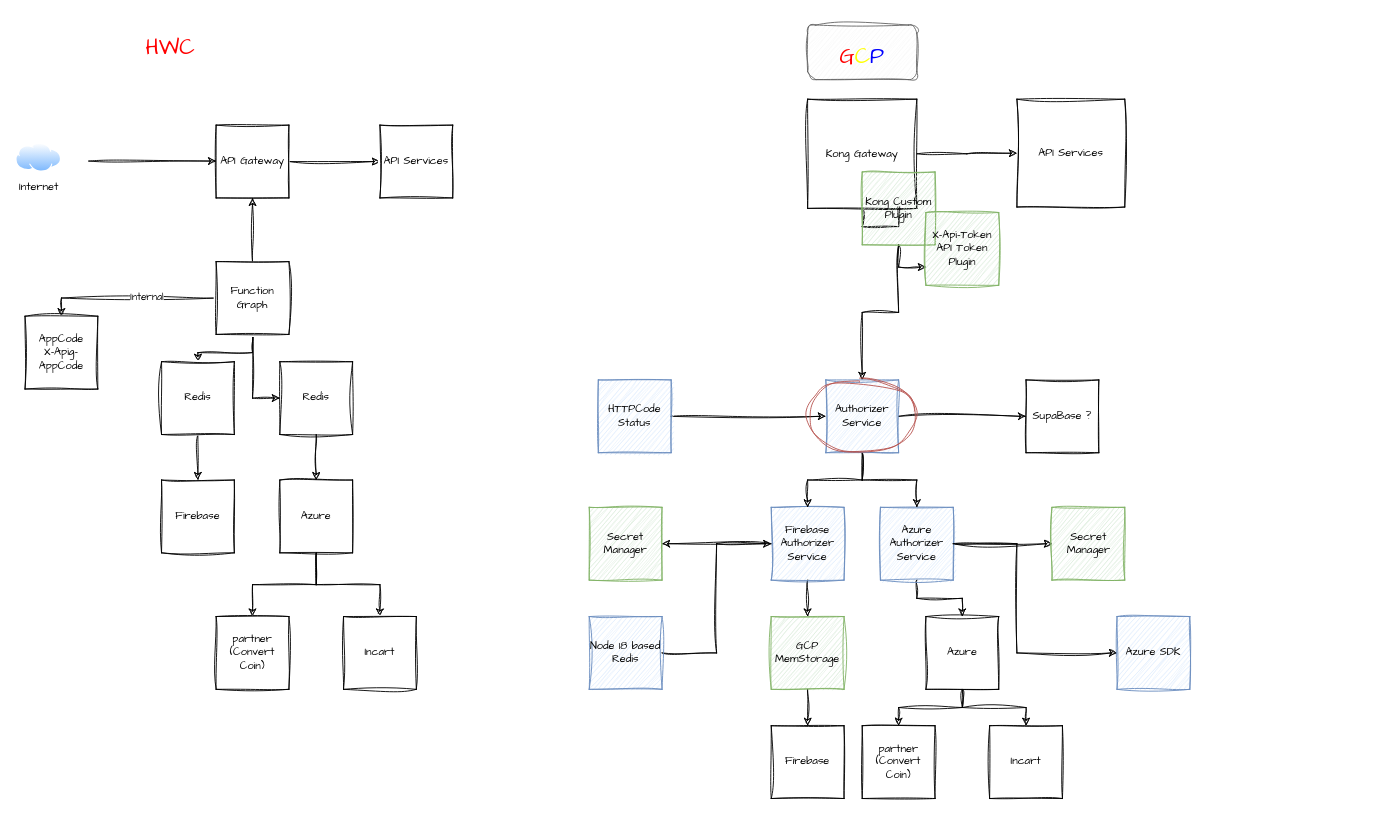
Earlier version of the draw.io diagram page "Page-1" (1 of 2) of CloudMigration/KongMigrate Service.drawio (natthpoly/natthapolxpo). Source tidied: cells renumbered, new cells numbered last; positions are measured from the earlier drawing's top-left corner, leaving out a move shared by most shapes. Both pictures are drawn from the tidied source at 91%, with x=0, y=0 at pixel (15, 15).
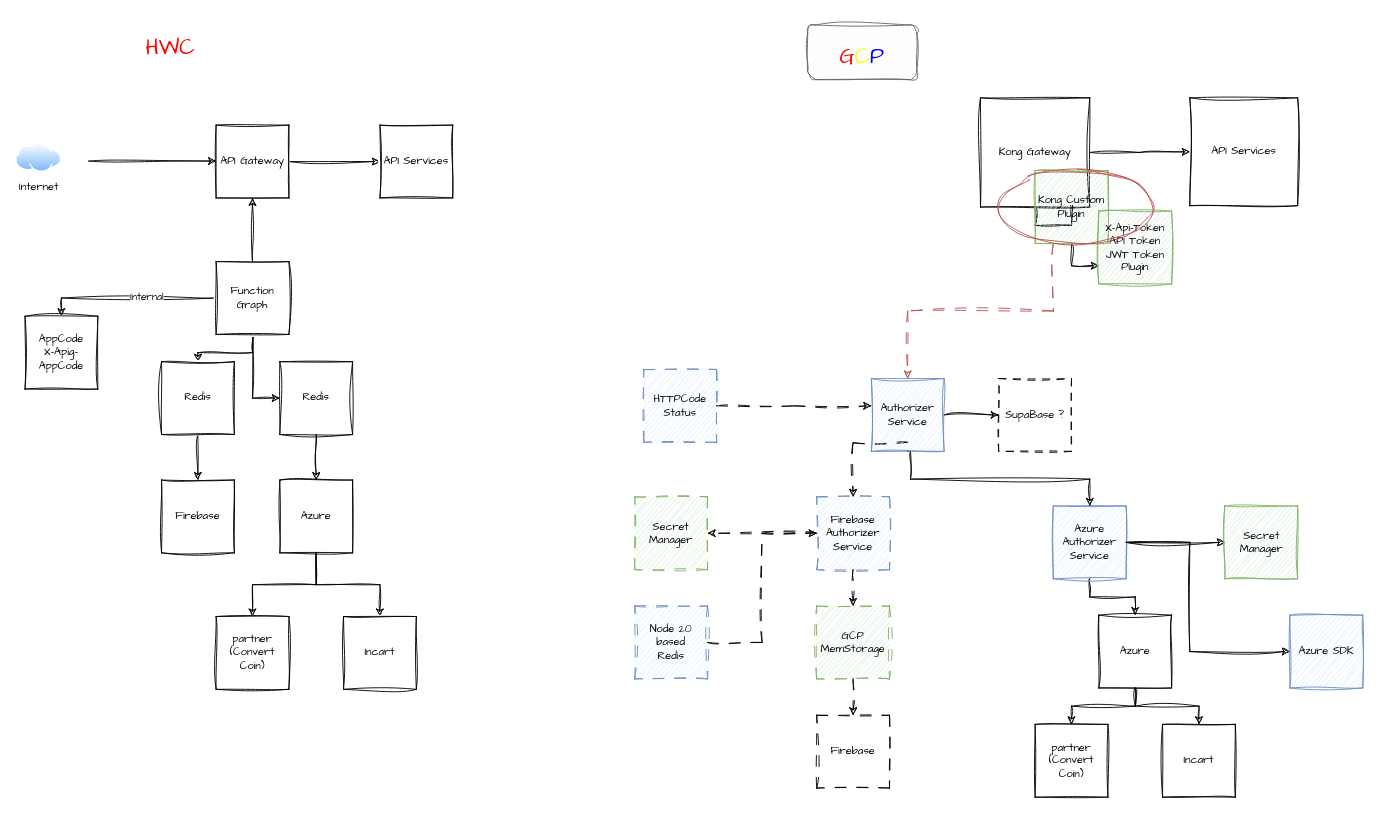
Above is the later version.

Change to the diagram source:
```diff
@@
     <mxCell id="11" value="Kong Gateway" style="whiteSpace=wrap;html=1;sketch=1;curveFitting=1;jiggle=2;fontFamily=Comic Sans MS;" parent="1" vertex="1">
-      <mxGeometry x="870" y="91.5" width="120" height="120" as="geometry" />
+      <mxGeometry x="1060" y="90" width="120" height="120" as="geometry" />
     </mxCell>
@@
+    <mxCell id="27" style="edgeStyle=orthogonalEdgeStyle;rounded=0;sketch=1;hachureGap=4;jiggle=2;curveFitting=1;jettySize=auto;html=1;entryX=0;entryY=0.75;entryDx=0;entryDy=0;fontFamily=Comic Sans MS;" parent="1" edge="1" source="28" target="44">
+      <mxGeometry relative="1" as="geometry" />
+    </mxCell>
-    <mxCell id="26" style="edgeStyle=orthogonalEdgeStyle;rounded=0;jettySize=auto;html=1;sketch=1;curveFitting=1;jiggle=2;fontFamily=Comic Sans MS;" parent="1" edge="1" source="28" target="51">
+    <mxCell id="26" style="edgeStyle=orthogonalEdgeStyle;rounded=0;sketch=1;hachureGap=4;jiggle=2;curveFitting=1;jettySize=auto;html=1;exitX=0.25;exitY=1;exitDx=0;exitDy=0;fontFamily=Architects Daughter;dashed=1;dashPattern=12 12;fillColor=#f8cecc;strokeColor=#b85450;" parent="1" edge="1" source="28" target="51">
       <mxGeometry relative="1" as="geometry" />
     </mxCell>
-    <mxCell id="27" style="edgeStyle=orthogonalEdgeStyle;rounded=0;sketch=1;hachureGap=4;jiggle=2;curveFitting=1;jettySize=auto;html=1;entryX=0;entryY=0.75;entryDx=0;entryDy=0;fontFamily=Comic Sans MS;" parent="1" edge="1" source="28" target="44">
-      <mxGeometry relative="1" as="geometry" />
-    </mxCell>
     <mxCell id="28" value="Kong Custom Plugin" style="whiteSpace=wrap;html=1;fillColor=#d5e8d4;sketch=1;curveFitting=1;jiggle=2;fillStyle=auto;strokeColor=#82b366;fontFamily=Comic Sans MS;" parent="1" vertex="1">
-      <mxGeometry x="930" y="171.5" width="80" height="80" as="geometry" />
+      <mxGeometry x="1120" y="170" width="80" height="80" as="geometry" />
     </mxCell>
     <mxCell id="29" value="API Services" style="whiteSpace=wrap;html=1;sketch=1;curveFitting=1;jiggle=2;fontFamily=Comic Sans MS;" parent="1" vertex="1">
-      <mxGeometry x="1100" y="91.5" width="118.5" height="118.5" as="geometry" />
+      <mxGeometry x="1290" y="90" width="118.5" height="118.5" as="geometry" />
     </mxCell>
@@
     <mxCell id="32" value="Azure Authorizer Service" style="whiteSpace=wrap;html=1;fillColor=#dae8fc;sketch=1;curveFitting=1;jiggle=2;strokeColor=#6c8ebf;fontFamily=Comic Sans MS;" parent="1" vertex="1">
-      <mxGeometry x="950" y="540" width="80" height="80" as="geometry" />
+      <mxGeometry x="1140" y="538.5" width="80" height="80" as="geometry" />
     </mxCell>
@@
     <mxCell id="35" style="edgeStyle=orthogonalEdgeStyle;rounded=0;jettySize=auto;html=1;entryX=0;entryY=0.5;entryDx=0;entryDy=0;exitX=1;exitY=0.5;exitDx=0;exitDy=0;sketch=1;curveFitting=1;jiggle=2;fontFamily=Comic Sans MS;" parent="1" edge="1" source="32" target="57">
       <mxGeometry relative="1" as="geometry">
         <Array as="points">
-          <mxPoint x="1100" y="580" />
-          <mxPoint x="1100" y="700" />
+          <mxPoint x="1290" y="578.5" />
+          <mxPoint x="1290" y="698.5" />
         </Array>
       </mxGeometry>
     </mxCell>
     <mxCell id="36" value="Azure" style="whiteSpace=wrap;html=1;fillColor=#FFFFFF;sketch=1;curveFitting=1;jiggle=2;fontFamily=Comic Sans MS;" parent="1" vertex="1">
-      <mxGeometry x="1000" y="660" width="80" height="80" as="geometry" />
+      <mxGeometry x="1190" y="658.5" width="80" height="80" as="geometry" />
     </mxCell>
-    <mxCell id="37" style="edgeStyle=orthogonalEdgeStyle;rounded=0;jettySize=auto;html=1;entryX=0.5;entryY=0;entryDx=0;entryDy=0;sketch=1;curveFitting=1;jiggle=2;fontFamily=Comic Sans MS;" parent="1" edge="1" source="39" target="41">
+    <mxCell id="37" style="edgeStyle=orthogonalEdgeStyle;rounded=0;jettySize=auto;html=1;entryX=0.5;entryY=0;entryDx=0;entryDy=0;sketch=1;curveFitting=1;jiggle=2;fontFamily=Comic Sans MS;dashed=1;dashPattern=12 12;" parent="1" edge="1" source="39" target="41">
       <mxGeometry relative="1" as="geometry" />
     </mxCell>
-    <mxCell id="38" style="edgeStyle=orthogonalEdgeStyle;rounded=0;jettySize=auto;html=1;entryX=1;entryY=0.5;entryDx=0;entryDy=0;sketch=1;curveFitting=1;jiggle=2;fontFamily=Comic Sans MS;" parent="1" edge="1" source="39" target="55">
+    <mxCell id="38" style="edgeStyle=orthogonalEdgeStyle;rounded=0;jettySize=auto;html=1;entryX=1;entryY=0.5;entryDx=0;entryDy=0;sketch=1;curveFitting=1;jiggle=2;fontFamily=Comic Sans MS;dashed=1;dashPattern=12 12;" parent="1" edge="1" source="39" target="55">
       <mxGeometry relative="1" as="geometry" />
     </mxCell>
-    <mxCell id="39" value="Firebase Authorizer Service" style="whiteSpace=wrap;html=1;fillColor=#dae8fc;sketch=1;curveFitting=1;jiggle=2;strokeColor=#6c8ebf;fontFamily=Comic Sans MS;" parent="1" vertex="1">
-      <mxGeometry x="830" y="540" width="80" height="80" as="geometry" />
+    <mxCell id="39" value="Firebase Authorizer Service" style="whiteSpace=wrap;html=1;fillColor=#dae8fc;sketch=1;curveFitting=1;jiggle=2;strokeColor=#6c8ebf;fontFamily=Comic Sans MS;dashed=1;dashPattern=12 12;" parent="1" vertex="1">
+      <mxGeometry x="880" y="528.5" width="80" height="80" as="geometry" />
     </mxCell>
-    <mxCell id="40" style="edgeStyle=orthogonalEdgeStyle;rounded=0;jettySize=auto;html=1;entryX=0.5;entryY=0;entryDx=0;entryDy=0;sketch=1;curveFitting=1;jiggle=2;fontFamily=Comic Sans MS;" parent="1" edge="1" source="41" target="42">
+    <mxCell id="40" style="edgeStyle=orthogonalEdgeStyle;rounded=0;jettySize=auto;html=1;entryX=0.5;entryY=0;entryDx=0;entryDy=0;sketch=1;curveFitting=1;jiggle=2;fontFamily=Comic Sans MS;dashed=1;dashPattern=12 12;" parent="1" edge="1" source="41" target="42">
       <mxGeometry relative="1" as="geometry" />
     </mxCell>
-    <mxCell id="41" value="GCP MemStorage" style="whiteSpace=wrap;html=1;fillColor=#d5e8d4;sketch=1;curveFitting=1;jiggle=2;strokeColor=#82b366;fontFamily=Comic Sans MS;" parent="1" vertex="1">
-      <mxGeometry x="830" y="660" width="80" height="80" as="geometry" />
+    <mxCell id="41" value="GCP MemStorage" style="whiteSpace=wrap;html=1;fillColor=#d5e8d4;sketch=1;curveFitting=1;jiggle=2;strokeColor=#82b366;fontFamily=Comic Sans MS;dashed=1;dashPattern=12 12;" parent="1" vertex="1">
+      <mxGeometry x="880" y="648.5" width="80" height="80" as="geometry" />
     </mxCell>
-    <mxCell id="42" value="Firebase" style="whiteSpace=wrap;html=1;fillColor=#FFFFFF;sketch=1;curveFitting=1;jiggle=2;fontFamily=Comic Sans MS;" parent="1" vertex="1">
-      <mxGeometry x="830" y="780" width="80" height="80" as="geometry" />
+    <mxCell id="42" value="Firebase" style="whiteSpace=wrap;html=1;fillColor=#FFFFFF;sketch=1;curveFitting=1;jiggle=2;fontFamily=Comic Sans MS;dashed=1;dashPattern=12 12;" parent="1" vertex="1">
+      <mxGeometry x="880" y="768.5" width="80" height="80" as="geometry" />
     </mxCell>
@@
-    <mxCell id="44" value="X-Api-Token&lt;br&gt;API Token Plugin" style="whiteSpace=wrap;html=1;fillColor=#d5e8d4;sketch=1;curveFitting=1;jiggle=2;strokeColor=#82b366;fontFamily=Comic Sans MS;" parent="1" vertex="1">
-      <mxGeometry x="1000" y="216" width="80" height="80" as="geometry" />
+    <mxCell id="44" value="X-Api-Token&lt;br&gt;API Token&lt;br&gt;JWT Token Plugin" style="whiteSpace=wrap;html=1;fillColor=#d5e8d4;sketch=1;curveFitting=1;jiggle=2;strokeColor=#82b366;fontFamily=Comic Sans MS;" parent="1" vertex="1">
+      <mxGeometry x="1190" y="214.5" width="80" height="80" as="geometry" />
     </mxCell>
@@
-    <mxCell id="48" style="edgeStyle=orthogonalEdgeStyle;rounded=0;jettySize=auto;html=1;entryX=0.5;entryY=0;entryDx=0;entryDy=0;sketch=1;curveFitting=1;jiggle=2;fontFamily=Comic Sans MS;" parent="1" edge="1" source="51" target="39">
-      <mxGeometry relative="1" as="geometry" />
+    <mxCell id="48" style="edgeStyle=orthogonalEdgeStyle;rounded=0;jettySize=auto;html=1;entryX=0.5;entryY=0;entryDx=0;entryDy=0;sketch=1;curveFitting=1;jiggle=2;fontFamily=Comic Sans MS;dashed=1;dashPattern=12 12;" parent="1" edge="1" target="39">
+      <mxGeometry relative="1" as="geometry">
+        <mxPoint x="980" y="468.5" as="sourcePoint" />
+      </mxGeometry>
     </mxCell>
-    <mxCell id="49" style="edgeStyle=orthogonalEdgeStyle;rounded=0;jettySize=auto;html=1;entryX=0.5;entryY=0;entryDx=0;entryDy=0;sketch=1;curveFitting=1;jiggle=2;fontFamily=Comic Sans MS;" parent="1" edge="1" source="51" target="32">
-      <mxGeometry relative="1" as="geometry" />
+    <mxCell id="49" style="edgeStyle=orthogonalEdgeStyle;rounded=0;jettySize=auto;html=1;entryX=0.5;entryY=0;entryDx=0;entryDy=0;sketch=1;curveFitting=1;jiggle=2;fontFamily=Comic Sans MS;exitX=0.5;exitY=1;exitDx=0;exitDy=0;" parent="1" edge="1" source="51" target="32">
+      <mxGeometry relative="1" as="geometry">
+        <Array as="points">
+          <mxPoint x="983" y="479" />
+          <mxPoint x="983" y="509" />
+          <mxPoint x="1180" y="509" />
+        </Array>
+      </mxGeometry>
     </mxCell>
-    <mxCell id="50" style="edgeStyle=orthogonalEdgeStyle;rounded=0;jettySize=auto;html=1;sketch=1;curveFitting=1;jiggle=2;fontFamily=Comic Sans MS;" parent="1" edge="1" source="51" target="56">
+    <mxCell id="50" style="edgeStyle=orthogonalEdgeStyle;rounded=0;sketch=1;hachureGap=4;jiggle=2;curveFitting=1;jettySize=auto;html=1;exitX=1;exitY=0.5;exitDx=0;exitDy=0;entryX=0;entryY=0.5;entryDx=0;entryDy=0;fontFamily=Architects Daughter;" parent="1" edge="1" source="51" target="56">
       <mxGeometry relative="1" as="geometry" />
     </mxCell>
     <mxCell id="51" value="Authorizer Service" style="whiteSpace=wrap;html=1;fillColor=#dae8fc;sketch=1;curveFitting=1;jiggle=2;strokeColor=#6c8ebf;fontFamily=Comic Sans MS;" parent="1" vertex="1">
-      <mxGeometry x="890" y="400" width="80" height="80" as="geometry" />
+      <mxGeometry x="940" y="398.5" width="80" height="80" as="geometry" />
     </mxCell>
     <mxCell id="52" value="Incart" style="whiteSpace=wrap;html=1;fillColor=#FFFFFF;sketch=1;curveFitting=1;jiggle=2;fontFamily=Comic Sans MS;" parent="1" vertex="1">
-      <mxGeometry x="1070" y="780" width="80" height="80" as="geometry" />
+      <mxGeometry x="1260" y="778.5" width="80" height="80" as="geometry" />
     </mxCell>
     <mxCell id="53" value="partner (Convert Coin)" style="whiteSpace=wrap;html=1;fillColor=#FFFFFF;sketch=1;curveFitting=1;jiggle=2;fontFamily=Comic Sans MS;" parent="1" vertex="1">
-      <mxGeometry x="930" y="780" width="80" height="80" as="geometry" />
+      <mxGeometry x="1120" y="778.5" width="80" height="80" as="geometry" />
     </mxCell>
     <mxCell id="54" value="Secret Manager" style="whiteSpace=wrap;html=1;fillColor=#d5e8d4;sketch=1;curveFitting=1;jiggle=2;strokeColor=#82b366;fontFamily=Comic Sans MS;" parent="1" vertex="1">
-      <mxGeometry x="1138.5" y="540" width="80" height="80" as="geometry" />
+      <mxGeometry x="1328.5" y="538.5" width="80" height="80" as="geometry" />
     </mxCell>
-    <mxCell id="55" value="Secret Manager" style="whiteSpace=wrap;html=1;fillColor=#d5e8d4;sketch=1;curveFitting=1;jiggle=2;strokeColor=#82b366;fontFamily=Comic Sans MS;" parent="1" vertex="1">
-      <mxGeometry x="630" y="540" width="80" height="80" as="geometry" />
+    <mxCell id="55" value="Secret Manager" style="whiteSpace=wrap;html=1;fillColor=#d5e8d4;sketch=1;curveFitting=1;jiggle=2;strokeColor=#82b366;fontFamily=Comic Sans MS;dashed=1;dashPattern=12 12;" parent="1" vertex="1">
+      <mxGeometry x="680" y="528.5" width="80" height="80" as="geometry" />
     </mxCell>
-    <mxCell id="56" value="SupaBase ?" style="whiteSpace=wrap;html=1;sketch=1;curveFitting=1;jiggle=2;fontFamily=Comic Sans MS;" parent="1" vertex="1">
-      <mxGeometry x="1110" y="400" width="80" height="80" as="geometry" />
+    <mxCell id="56" value="SupaBase ?" style="whiteSpace=wrap;html=1;sketch=1;curveFitting=1;jiggle=2;fontFamily=Comic Sans MS;dashed=1;dashPattern=8 8;" parent="1" vertex="1">
+      <mxGeometry x="1080" y="398.5" width="80" height="80" as="geometry" />
     </mxCell>
     <mxCell id="57" value="Azure SDK" style="whiteSpace=wrap;html=1;fillColor=#dae8fc;sketch=1;curveFitting=1;jiggle=2;strokeColor=#6c8ebf;fontFamily=Comic Sans MS;" parent="1" vertex="1">
-      <mxGeometry x="1210" y="660" width="80" height="80" as="geometry" />
+      <mxGeometry x="1400" y="658.5" width="80" height="80" as="geometry" />
     </mxCell>
-    <mxCell id="58" style="edgeStyle=orthogonalEdgeStyle;rounded=0;jettySize=auto;html=1;entryX=0;entryY=0.5;entryDx=0;entryDy=0;sketch=1;curveFitting=1;jiggle=2;fontFamily=Comic Sans MS;" parent="1" edge="1" source="59" target="39">
+    <mxCell id="58" style="edgeStyle=orthogonalEdgeStyle;rounded=0;jettySize=auto;html=1;entryX=0;entryY=0.5;entryDx=0;entryDy=0;sketch=1;curveFitting=1;jiggle=2;fontFamily=Comic Sans MS;dashed=1;dashPattern=12 12;" parent="1" edge="1" source="59" target="39">
       <mxGeometry relative="1" as="geometry" />
     </mxCell>
-    <mxCell id="59" value="Node 18 based&lt;br&gt;Redis" style="whiteSpace=wrap;html=1;fillColor=#dae8fc;sketch=1;curveFitting=1;jiggle=2;strokeColor=#6c8ebf;fontFamily=Comic Sans MS;" parent="1" vertex="1">
-      <mxGeometry x="630" y="660" width="80" height="80" as="geometry" />
+    <mxCell id="59" value="Node 20 based&lt;br&gt;Redis" style="whiteSpace=wrap;html=1;fillColor=#dae8fc;sketch=1;curveFitting=1;jiggle=2;strokeColor=#6c8ebf;fontFamily=Comic Sans MS;dashed=1;dashPattern=12 12;" parent="1" vertex="1">
+      <mxGeometry x="680" y="648.5" width="80" height="80" as="geometry" />
     </mxCell>
-    <mxCell id="60" style="edgeStyle=orthogonalEdgeStyle;rounded=0;jettySize=auto;html=1;entryX=0;entryY=0.5;entryDx=0;entryDy=0;sketch=1;curveFitting=1;jiggle=2;fontFamily=Comic Sans MS;" parent="1" edge="1" source="61" target="51">
-      <mxGeometry relative="1" as="geometry" />
+    <mxCell id="60" style="edgeStyle=orthogonalEdgeStyle;rounded=0;jettySize=auto;html=1;entryX=0;entryY=0.5;entryDx=0;entryDy=0;sketch=1;curveFitting=1;jiggle=2;fontFamily=Comic Sans MS;dashed=1;dashPattern=12 12;" parent="1" edge="1" source="61">
+      <mxGeometry relative="1" as="geometry">
+        <mxPoint x="940" y="428.5" as="targetPoint" />
+      </mxGeometry>
     </mxCell>
-    <mxCell id="61" value="HTTPCode Status" style="whiteSpace=wrap;html=1;fillColor=#dae8fc;sketch=1;curveFitting=1;jiggle=2;strokeColor=#6c8ebf;fontFamily=Comic Sans MS;" parent="1" vertex="1">
-      <mxGeometry x="640" y="400" width="80" height="80" as="geometry" />
+    <mxCell id="61" value="HTTPCode Status" style="whiteSpace=wrap;html=1;fillColor=#dae8fc;sketch=1;curveFitting=1;jiggle=2;strokeColor=#6c8ebf;fontFamily=Comic Sans MS;dashed=1;dashPattern=12 12;" parent="1" vertex="1">
+      <mxGeometry x="690" y="388.5" width="80" height="80" as="geometry" />
     </mxCell>
     <mxCell id="62" style="ellipse;whiteSpace=wrap;html=1;sketch=1;hachureGap=4;jiggle=2;curveFitting=1;fontFamily=Comic Sans MS;fillColor=none;strokeColor=#b85450;" parent="1" vertex="1">
-      <mxGeometry x="870" y="400" width="120" height="80" as="geometry" />
+      <mxGeometry x="1080" y="170" width="170" height="80" as="geometry" />
     </mxCell>
```
